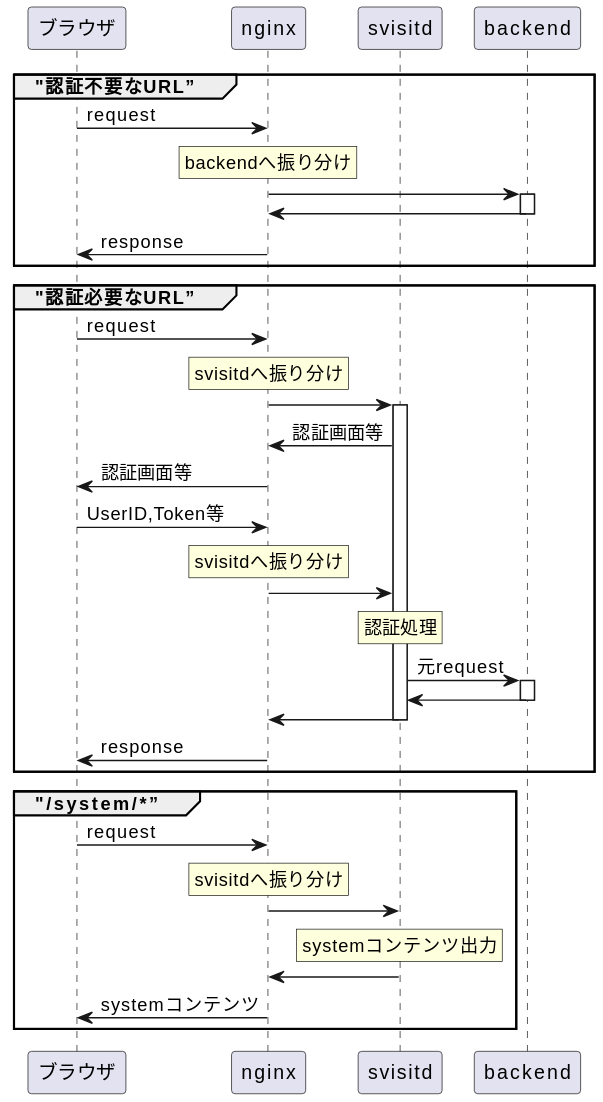
Above: figure2.svg in feitianjapanlee/centos7sv2 (PlantUML), before the change.
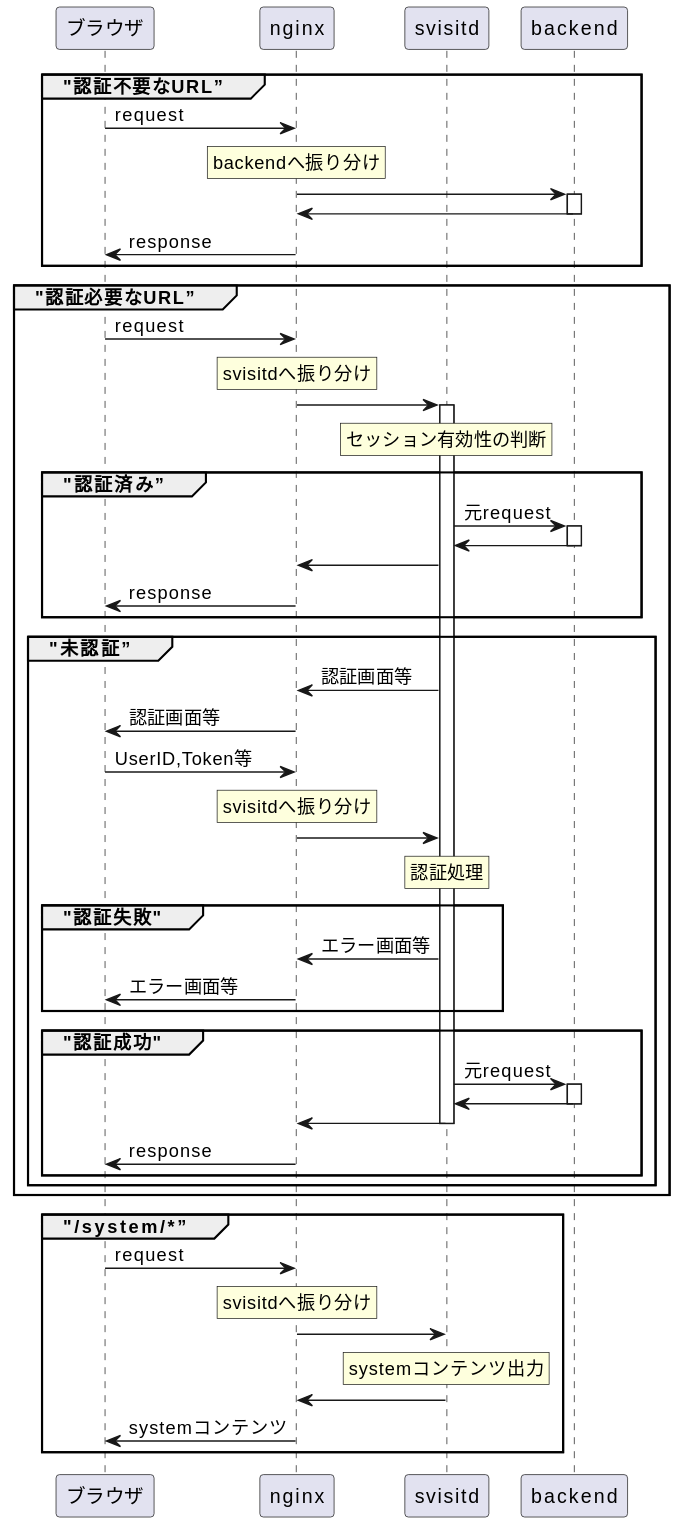
Later version of the same file.

The edit, as a diff of the source:
```diff
@@ -21,23 +21,42 @@
   endrnote
   nginx -> svisitd:
   activate svisitd
-  svisitd -> nginx:認証画面等
-  nginx -> browser:認証画面等
-  browser -> nginx:UserID,Token等
-  rnote over nginx
-    svisitdへ振り分け
+  rnote over svisitd
+    セッション有効性の判断
   endrnote
-  nginx -> svisitd
-  rnote over svisitd
-    認証処理
-  endrnote
-  svisitd -> backend:元request
-  activate backend
-  backend -> svisitd
-  deactivate backend
-  svisitd -> nginx
-  deactivate svisitd
-  nginx -> browser:response
+  group "認証済み”
+    svisitd -> backend:元request
+    activate backend
+    backend -> svisitd
+    deactivate backend
+    svisitd -> nginx
+    nginx -> browser:response
+  end
+  group "未認証”
+    svisitd -> nginx:認証画面等
+    nginx -> browser:認証画面等
+    browser -> nginx:UserID,Token等
+    rnote over nginx
+      svisitdへ振り分け
+    endrnote
+    nginx -> svisitd
+    rnote over svisitd
+      認証処理
+    endrnote
+    group "認証失敗"
+      svisitd -> nginx:エラー画面等
+      nginx -> browser:エラー画面等
+    end
+    group "認証成功"
+      svisitd -> backend:元request
+      activate backend
+      backend -> svisitd
+      deactivate backend
+      svisitd -> nginx
+      deactivate svisitd
+      nginx -> browser:response
+    end
+  end
 end
 group "/system/*”
   browser -> nginx: request
```
